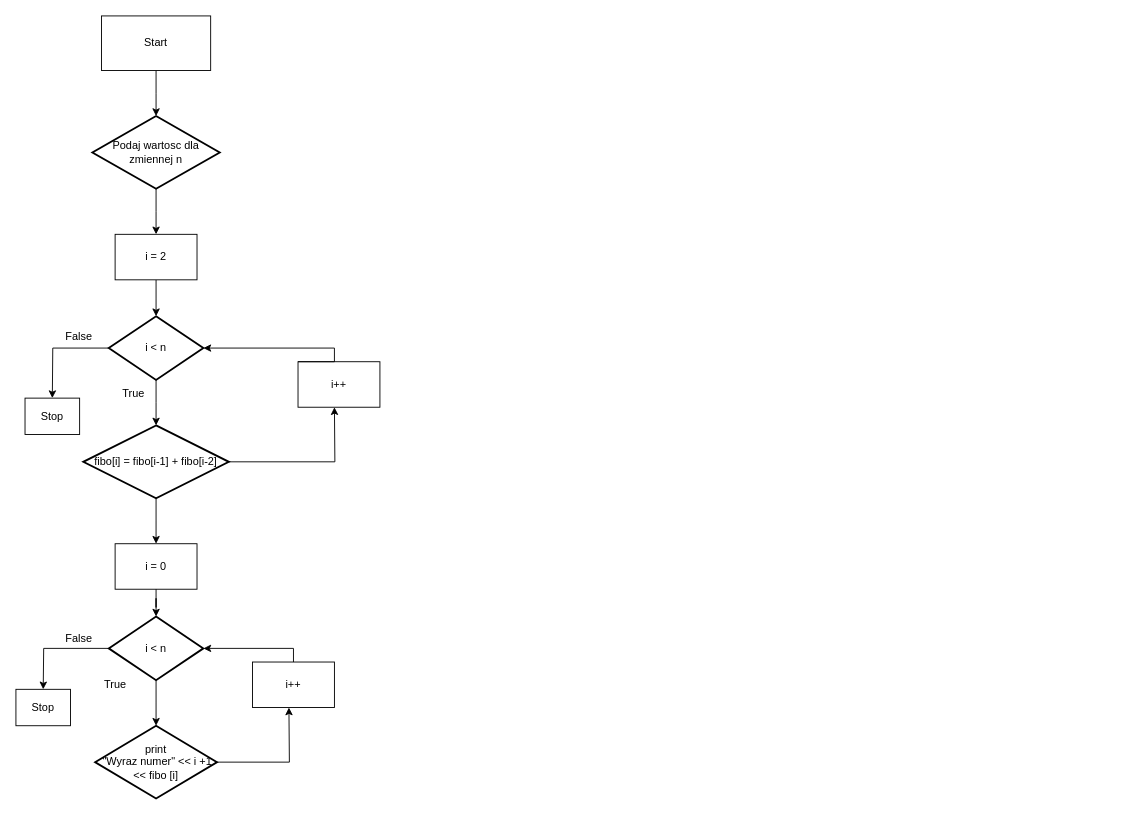
MaxGitHub0515/College-labs keeps this draw.io diagram as Untitled Diagram.drawio. Above is the earlier version. Source tidied: cells renumbered, new cells numbered last; positions are measured from the earlier drawing's top-left corner, leaving out a move shared by most shapes. Both pictures are drawn from the tidied source at 91%, with x=0, y=0 at pixel (15, 15).
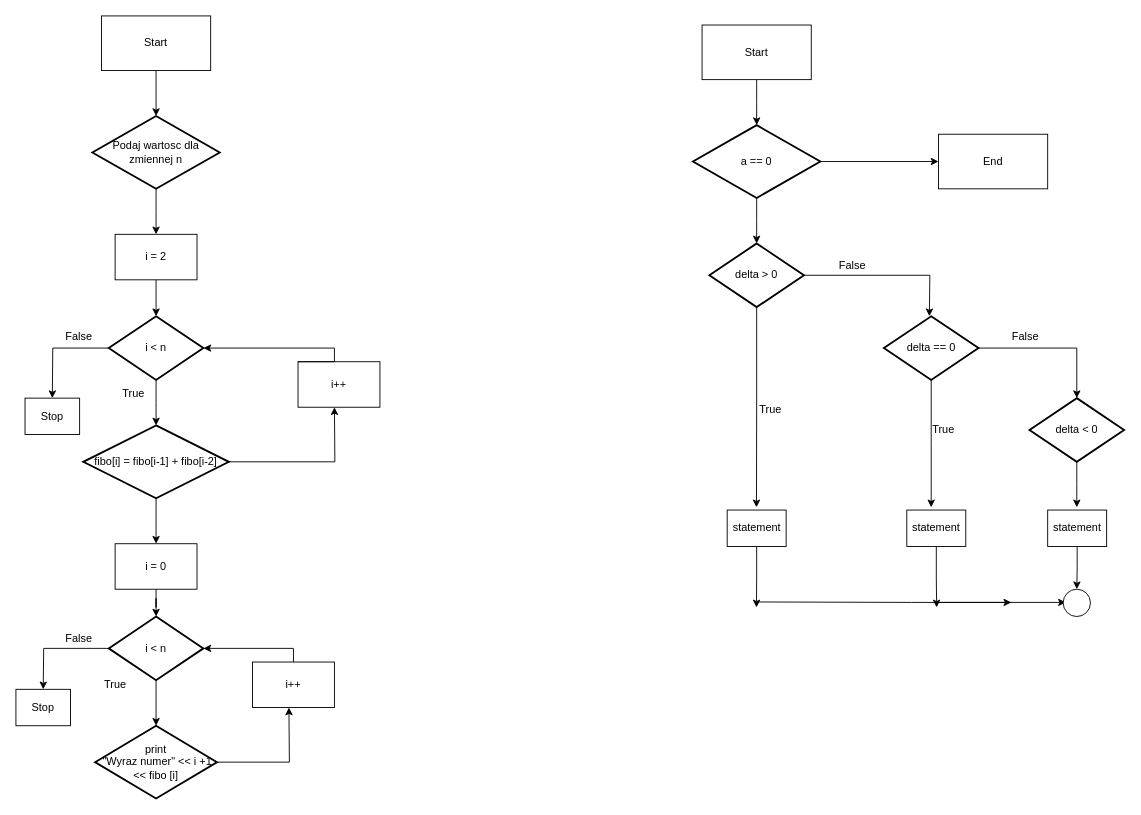
The same page after the edit.

Change to the diagram source:
```diff
@@
+    <mxCell id="32" style="edgeStyle=orthogonalEdgeStyle;rounded=0;jettySize=auto;html=1;" parent="1" edge="1" source="33">
+      <mxGeometry relative="1" as="geometry">
+        <mxPoint x="814" y="120" as="targetPoint" />
+      </mxGeometry>
+    </mxCell>
+    <mxCell id="33" value="Start" style="rounded=0;whiteSpace=wrap;html=1;" parent="1" vertex="1">
+      <mxGeometry x="754" y="10" width="120" height="60" as="geometry" />
+    </mxCell>
+    <mxCell id="34" style="edgeStyle=orthogonalEdgeStyle;rounded=0;jettySize=auto;html=1;" parent="1" edge="1" source="36">
+      <mxGeometry relative="1" as="geometry">
+        <mxPoint x="814" y="250" as="targetPoint" />
+      </mxGeometry>
+    </mxCell>
+    <mxCell id="35" style="edgeStyle=orthogonalEdgeStyle;rounded=0;jettySize=auto;html=1;entryX=0;entryY=0.5;entryDx=0;entryDy=0;" parent="1" edge="1" source="36" target="59">
+      <mxGeometry relative="1" as="geometry" />
+    </mxCell>
+    <mxCell id="36" value="a == 0" style="strokeWidth=2;html=1;shape=mxgraph.flowchart.decision;whiteSpace=wrap;" parent="1" vertex="1">
+      <mxGeometry x="744" y="120" width="140" height="80" as="geometry" />
+    </mxCell>
+    <mxCell id="37" style="edgeStyle=orthogonalEdgeStyle;rounded=0;orthogonalLoop=1;jettySize=auto;html=1;exitX=0.5;exitY=1;exitDx=0;exitDy=0;exitPerimeter=0;" parent="1" edge="1" source="36" target="36">
+      <mxGeometry relative="1" as="geometry" />
+    </mxCell>
+    <mxCell id="38" style="edgeStyle=orthogonalEdgeStyle;rounded=0;jettySize=auto;html=1;" parent="1" edge="1" source="40">
+      <mxGeometry relative="1" as="geometry">
+        <mxPoint x="1003.8" y="330" as="targetPoint" />
+      </mxGeometry>
+    </mxCell>
+    <mxCell id="39" style="edgeStyle=orthogonalEdgeStyle;rounded=0;jettySize=auto;html=1;" parent="1" edge="1" source="40">
+      <mxGeometry relative="1" as="geometry">
+        <mxPoint x="813.8" y="540" as="targetPoint" />
+      </mxGeometry>
+    </mxCell>
+    <mxCell id="40" value="delta &amp;gt; 0" style="strokeWidth=2;html=1;shape=mxgraph.flowchart.decision;whiteSpace=wrap;" parent="1" vertex="1">
+      <mxGeometry x="762" y="250" width="104" height="70" as="geometry" />
+    </mxCell>
+    <mxCell id="41" value="False" style="text;html=1;align=center;verticalAlign=middle;strokeColor=none;fillColor=none;" parent="1" vertex="1">
+      <mxGeometry x="893.8" y="260" width="50" height="30" as="geometry" />
+    </mxCell>
+    <mxCell id="42" style="edgeStyle=orthogonalEdgeStyle;rounded=0;jettySize=auto;html=1;entryX=0.5;entryY=0;entryDx=0;entryDy=0;entryPerimeter=0;" parent="1" edge="1" source="44" target="47">
+      <mxGeometry relative="1" as="geometry" />
+    </mxCell>
+    <mxCell id="43" style="edgeStyle=orthogonalEdgeStyle;rounded=0;jettySize=auto;html=1;" parent="1" edge="1" source="44">
+      <mxGeometry relative="1" as="geometry">
+        <mxPoint x="1005.8" y="540" as="targetPoint" />
+      </mxGeometry>
+    </mxCell>
+    <mxCell id="44" value="delta == 0" style="strokeWidth=2;html=1;shape=mxgraph.flowchart.decision;whiteSpace=wrap;" parent="1" vertex="1">
+      <mxGeometry x="953.8" y="330" width="104" height="70" as="geometry" />
+    </mxCell>
+    <mxCell id="45" value="False" style="text;html=1;align=center;verticalAlign=middle;strokeColor=none;fillColor=none;" parent="1" vertex="1">
+      <mxGeometry x="1083.8" y="338" width="50" height="30" as="geometry" />
+    </mxCell>
+    <mxCell id="46" style="edgeStyle=orthogonalEdgeStyle;rounded=0;jettySize=auto;html=1;" parent="1" edge="1" source="47">
+      <mxGeometry relative="1" as="geometry">
+        <mxPoint x="1165.8" y="540" as="targetPoint" />
+      </mxGeometry>
+    </mxCell>
+    <mxCell id="47" value="delta &amp;lt; 0" style="strokeWidth=2;html=1;shape=mxgraph.flowchart.decision;whiteSpace=wrap;" parent="1" vertex="1">
+      <mxGeometry x="1113.8" y="420" width="104" height="70" as="geometry" />
+    </mxCell>
+    <mxCell id="48" value="True" style="text;html=1;align=center;verticalAlign=middle;strokeColor=none;fillColor=none;" parent="1" vertex="1">
+      <mxGeometry x="803.8" y="418" width="50" height="30" as="geometry" />
+    </mxCell>
+    <mxCell id="49" value="True" style="text;html=1;align=center;verticalAlign=middle;strokeColor=none;fillColor=none;" parent="1" vertex="1">
+      <mxGeometry x="993.8" y="440" width="50" height="30" as="geometry" />
+    </mxCell>
+    <mxCell id="50" style="edgeStyle=orthogonalEdgeStyle;rounded=0;jettySize=auto;html=1;" parent="1" edge="1" source="51">
+      <mxGeometry relative="1" as="geometry">
+        <mxPoint x="1011.8" y="650" as="targetPoint" />
+      </mxGeometry>
+    </mxCell>
+    <mxCell id="51" value="statement" style="rounded=0;whiteSpace=wrap;html=1;" parent="1" vertex="1">
+      <mxGeometry x="979" y="543" width="64.8" height="40" as="geometry" />
+    </mxCell>
+    <mxCell id="52" style="edgeStyle=orthogonalEdgeStyle;rounded=0;jettySize=auto;html=1;" parent="1" edge="1" source="53">
+      <mxGeometry relative="1" as="geometry">
+        <mxPoint x="1165.8" y="630" as="targetPoint" />
+      </mxGeometry>
+    </mxCell>
+    <mxCell id="53" value="statement" style="rounded=0;whiteSpace=wrap;html=1;" parent="1" vertex="1">
+      <mxGeometry x="1133.8" y="543" width="64.8" height="40" as="geometry" />
+    </mxCell>
+    <mxCell id="54" style="edgeStyle=orthogonalEdgeStyle;rounded=0;orthogonalLoop=1;jettySize=auto;html=1;" parent="1" edge="1">
+      <mxGeometry relative="1" as="geometry">
+        <mxPoint x="813.8" y="644" as="sourcePoint" />
+        <mxPoint x="1153.8" y="644.5" as="targetPoint" />
+      </mxGeometry>
+    </mxCell>
+    <mxCell id="55" style="edgeStyle=orthogonalEdgeStyle;rounded=0;jettySize=auto;html=1;" parent="1" edge="1" source="56">
+      <mxGeometry relative="1" as="geometry">
+        <mxPoint x="813.8" y="650" as="targetPoint" />
+      </mxGeometry>
+    </mxCell>
+    <mxCell id="56" value="statement" style="rounded=0;whiteSpace=wrap;html=1;" parent="1" vertex="1">
+      <mxGeometry x="781.6" y="543" width="64.8" height="40" as="geometry" />
+    </mxCell>
+    <mxCell id="57" style="edgeStyle=none;orthogonalLoop=1;jettySize=auto;html=1;rounded=0;" parent="1" edge="1">
+      <mxGeometry relative="1" as="geometry">
+        <mxPoint x="1013.8" y="644.5" as="sourcePoint" />
+        <mxPoint x="1093.8" y="644.5" as="targetPoint" />
+      </mxGeometry>
+    </mxCell>
+    <mxCell id="58" style="ellipse;whiteSpace=wrap;html=1;" parent="1" vertex="1">
+      <mxGeometry x="1150.8" y="630" width="30" height="30" as="geometry" />
+    </mxCell>
+    <mxCell id="59" value="End" style="rounded=0;whiteSpace=wrap;html=1;" parent="1" vertex="1">
+      <mxGeometry x="1013.8" y="130" width="120" height="60" as="geometry" />
+    </mxCell>
```
